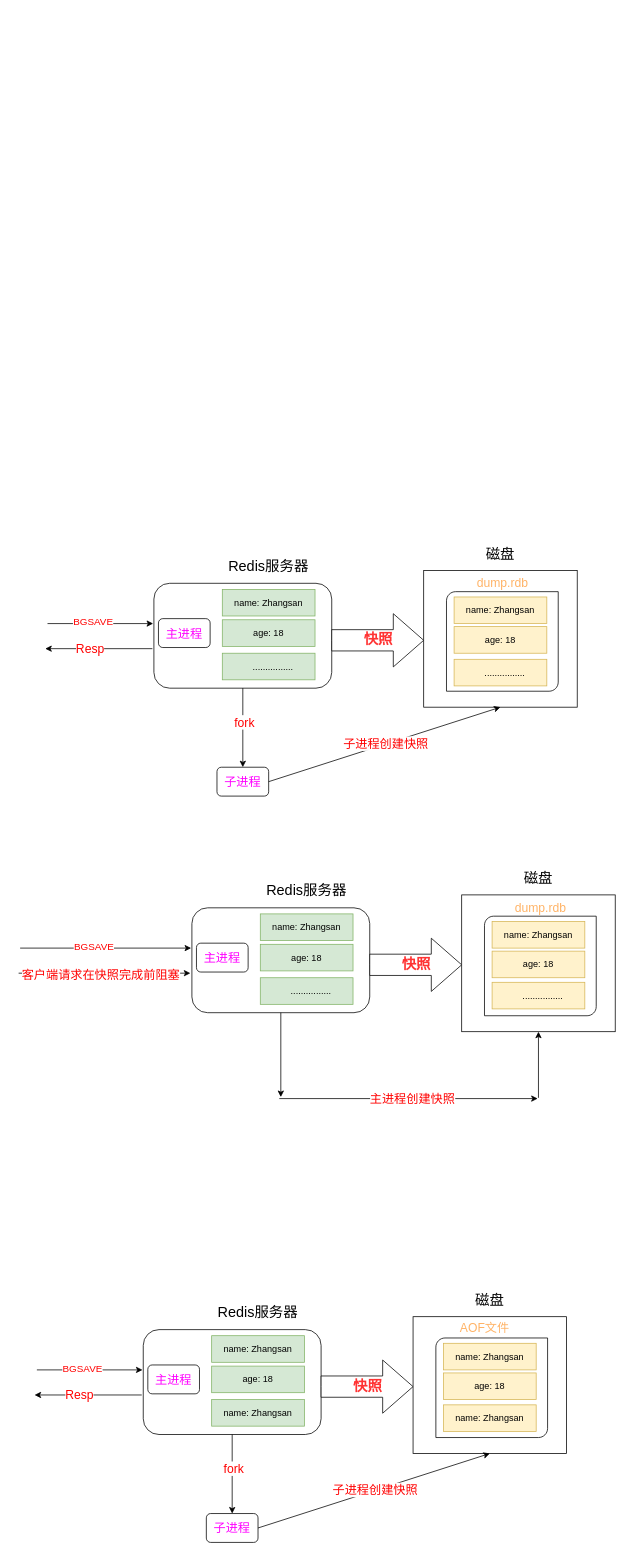
Before: images/Redis 基础/Redis.drawio in JianmingS/JianmingS.github.io, a draw.io diagram. Source tidied: cells renumbered, new cells numbered last; positions are measured from the earlier drawing's top-left corner, leaving out a move shared by most shapes. Both pictures are drawn from the tidied source at 76%, with x=0, y=0 at pixel (18, 543).
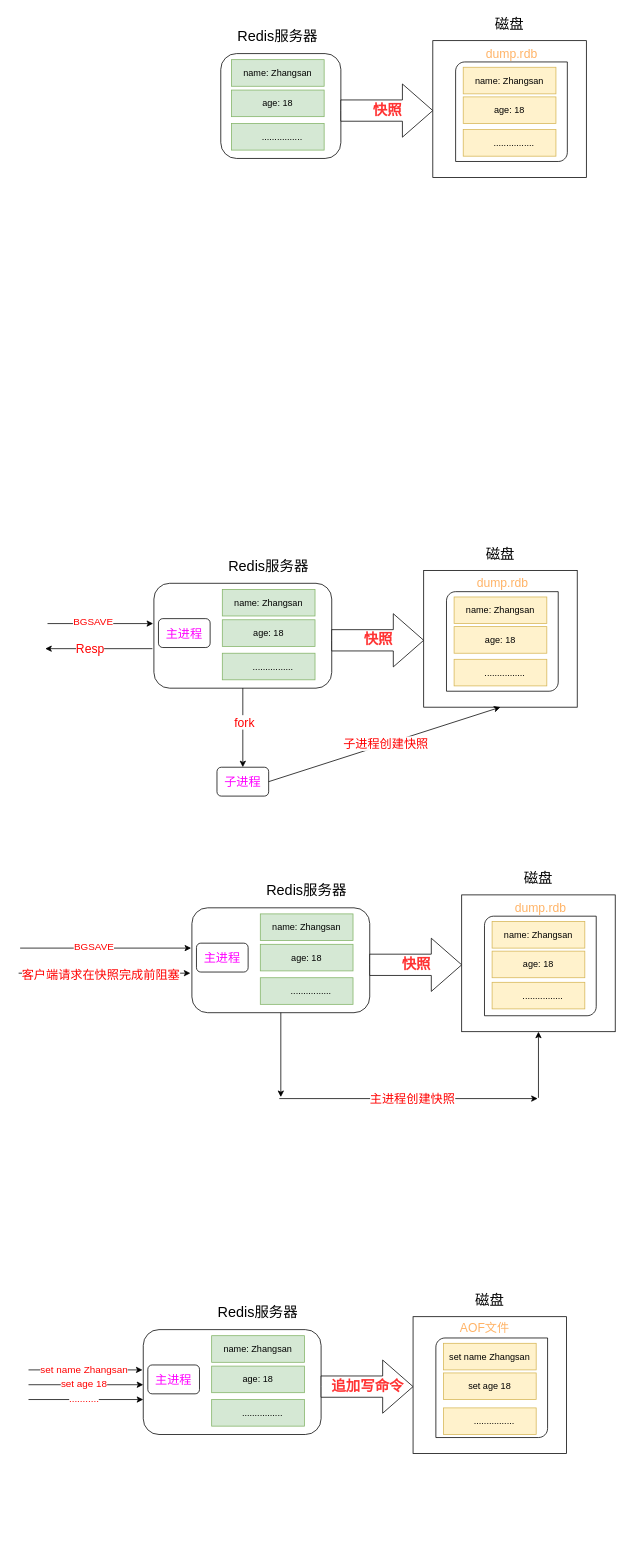
The same page after the edit.

The change refers to these unchanged cells:
```xml
<mxCell id="44" style="rounded=1;whiteSpace=wrap;html=1;" parent="1" vertex="1">
  <mxGeometry x="164" y="1035" width="234" height="138" as="geometry" />
</mxCell>
<mxCell id="48" style="rounded=0;whiteSpace=wrap;html=1;" parent="1" vertex="1">
  <mxGeometry x="519" y="1018" width="202" height="180" as="geometry" />
</mxCell>
```

The edit, as a diff of the source:
```diff
@@
-    <mxCell id="47" value="name: Zhangsan" style="rounded=0;whiteSpace=wrap;html=1;fillColor=#d5e8d4;strokeColor=#82b366;" parent="1" vertex="1">
-      <mxGeometry x="254" y="1127" width="122" height="35" as="geometry" />
-    </mxCell>
@@
-    <mxCell id="50" value="name: Zhangsan" style="rounded=0;whiteSpace=wrap;html=1;fillColor=#fff2cc;strokeColor=#d6b656;" parent="1" vertex="1">
+    <mxCell id="50" value="set name Zhangsan" style="rounded=0;whiteSpace=wrap;html=1;fillColor=#fff2cc;strokeColor=#d6b656;" parent="1" vertex="1">
       <mxGeometry x="559" y="1053" width="122" height="35" as="geometry" />
     </mxCell>
-    <mxCell id="51" value="age: 18" style="rounded=0;whiteSpace=wrap;html=1;fillColor=#fff2cc;strokeColor=#d6b656;" parent="1" vertex="1">
+    <mxCell id="51" value="set age 18" style="rounded=0;whiteSpace=wrap;html=1;fillColor=#fff2cc;strokeColor=#d6b656;" parent="1" vertex="1">
       <mxGeometry x="559" y="1092" width="122" height="35" as="geometry" />
     </mxCell>
-    <mxCell id="52" value="name: Zhangsan" style="rounded=0;whiteSpace=wrap;html=1;fillColor=#fff2cc;strokeColor=#d6b656;" parent="1" vertex="1">
-      <mxGeometry x="559" y="1134" width="122" height="35" as="geometry" />
-    </mxCell>
-    <mxCell id="53" value="&lt;font color=&quot;#ff3333&quot; size=&quot;1&quot;&gt;&lt;b style=&quot;font-size: 19px&quot;&gt;快照&lt;/b&gt;&lt;/font&gt;" style="html=1;shadow=0;dashed=0;align=center;verticalAlign=middle;shape=mxgraph.arrows2.arrow;dy=0.6;dx=40;notch=0;" parent="1" vertex="1">
+    <mxCell id="53" value="&lt;font color=&quot;#ff3333&quot;&gt;&lt;span style=&quot;font-size: 19px&quot;&gt;&lt;b&gt;追加写命令&lt;/b&gt;&lt;/span&gt;&lt;/font&gt;" style="html=1;shadow=0;dashed=0;align=center;verticalAlign=middle;shape=mxgraph.arrows2.arrow;dy=0.6;dx=40;notch=0;" parent="1" vertex="1">
       <mxGeometry x="398" y="1075" width="121" height="70" as="geometry" />
     </mxCell>
@@
     <mxCell id="58" style="endArrow=classic;html=1;rounded=0;fontSize=16;fontColor=#FFB366;" parent="1" edge="1">
       <mxGeometry relative="1" as="geometry">
-        <mxPoint x="24" y="1088" as="sourcePoint" />
+        <mxPoint x="13" y="1088" as="sourcePoint" />
         <mxPoint x="163" y="1088" as="targetPoint" />
       </mxGeometry>
     </mxCell>
-    <mxCell id="59" value="BGSAVE" style="edgeLabel;html=1;align=center;verticalAlign=middle;fontSize=13;fontColor=#FF0000;" parent="58" vertex="1">
-      <mxGeometry x="-0.15" y="3" relative="1" as="geometry" />
+    <mxCell id="59" value="set name Zhangsan" style="edgeLabel;html=1;align=center;verticalAlign=middle;fontSize=13;fontColor=#FF0000;" parent="58" vertex="1">
+      <mxGeometry x="-0.15" y="3" relative="1" as="geometry">
+        <mxPoint x="8" y="1" as="offset" />
+      </mxGeometry>
     </mxCell>
-    <mxCell id="60" style="endArrow=classic;html=1;rounded=0;fontSize=16;fontColor=#FFB366;" parent="1" edge="1">
-      <mxGeometry relative="1" as="geometry">
-        <mxPoint x="162" y="1121" as="sourcePoint" />
-        <mxPoint x="21" y="1121" as="targetPoint" />
-      </mxGeometry>
-    </mxCell>
-    <mxCell id="61" value="&lt;font style=&quot;font-size: 16px&quot;&gt;Resp&lt;/font&gt;" style="edgeLabel;html=1;align=center;verticalAlign=middle;fontSize=13;fontColor=#FF0000;" parent="60" vertex="1">
-      <mxGeometry x="0.18" y="-1" relative="1" as="geometry" />
-    </mxCell>
-    <mxCell id="62" value="子进程" style="rounded=1;whiteSpace=wrap;html=1;fontSize=16;fontColor=#FF00FF;" parent="1" vertex="1">
-      <mxGeometry x="247" y="1277" width="68" height="38" as="geometry" />
-    </mxCell>
-    <mxCell id="63" style="endArrow=classic;html=1;rounded=0;fontSize=13;fontColor=#FF00FF;entryX=0.5;entryY=0;entryDx=0;entryDy=0;exitX=0.5;exitY=1;exitDx=0;exitDy=0;" parent="1" edge="1" source="44" target="62">
-      <mxGeometry relative="1" as="geometry" />
-    </mxCell>
-    <mxCell id="64" value="fork" style="edgeLabel;html=1;align=center;verticalAlign=middle;fontSize=16;fontColor=#FF0000;" parent="63" vertex="1">
-      <mxGeometry x="-0.15" y="1" relative="1" as="geometry" />
-    </mxCell>
-    <mxCell id="65" style="endArrow=classic;html=1;rounded=0;fontSize=16;fontColor=#FF0000;exitX=1;exitY=0.5;exitDx=0;exitDy=0;entryX=0.5;entryY=1;entryDx=0;entryDy=0;" parent="1" edge="1" source="62" target="48">
-      <mxGeometry relative="1" as="geometry" />
-    </mxCell>
-    <mxCell id="66" value="子进程创建快照" style="edgeLabel;html=1;align=center;verticalAlign=middle;fontSize=16;fontColor=#FF0000;" parent="65" vertex="1">
-      <mxGeometry x="0.01" y="1" relative="1" as="geometry" />
-    </mxCell>
@@
+    <mxCell id="70" style="rounded=1;whiteSpace=wrap;html=1;" parent="1" vertex="1">
+      <mxGeometry x="266" y="-644" width="158" height="138" as="geometry" />
+    </mxCell>
+    <mxCell id="47" value="name: Zhangsan" style="rounded=0;whiteSpace=wrap;html=1;fillColor=#d5e8d4;strokeColor=#82b366;" parent="1" vertex="1">
+      <mxGeometry x="280" y="-636" width="122" height="35" as="geometry" />
+    </mxCell>
+    <mxCell id="71" value="age: 18" style="rounded=0;whiteSpace=wrap;html=1;fillColor=#d5e8d4;strokeColor=#82b366;" parent="1" vertex="1">
+      <mxGeometry x="280" y="-596" width="122" height="35" as="geometry" />
+    </mxCell>
+    <mxCell id="72" value="　................" style="rounded=0;whiteSpace=wrap;html=1;fillColor=#d5e8d4;strokeColor=#82b366;align=center;" parent="1" vertex="1">
+      <mxGeometry x="280" y="-552" width="122" height="35" as="geometry" />
+    </mxCell>
+    <mxCell id="73" style="rounded=0;whiteSpace=wrap;html=1;" parent="1" vertex="1">
+      <mxGeometry x="545" y="-661" width="202" height="180" as="geometry" />
+    </mxCell>
+    <mxCell id="74" style="verticalLabelPosition=bottom;verticalAlign=top;html=1;shape=mxgraph.basic.diag_round_rect;dx=6;" parent="1" vertex="1">
+      <mxGeometry x="575" y="-633" width="147" height="131" as="geometry" />
+    </mxCell>
+    <mxCell id="52" value="name: Zhangsan" style="rounded=0;whiteSpace=wrap;html=1;fillColor=#fff2cc;strokeColor=#d6b656;" parent="1" vertex="1">
+      <mxGeometry x="585" y="-626" width="122" height="35" as="geometry" />
+    </mxCell>
+    <mxCell id="75" value="age: 18" style="rounded=0;whiteSpace=wrap;html=1;fillColor=#fff2cc;strokeColor=#d6b656;" parent="1" vertex="1">
+      <mxGeometry x="585" y="-587" width="122" height="35" as="geometry" />
+    </mxCell>
+    <mxCell id="76" value="&lt;font color=&quot;#ff3333&quot; size=&quot;1&quot;&gt;&lt;b style=&quot;font-size: 19px&quot;&gt;快照&lt;/b&gt;&lt;/font&gt;" style="html=1;shadow=0;dashed=0;align=center;verticalAlign=middle;shape=mxgraph.arrows2.arrow;dy=0.6;dx=40;notch=0;" parent="1" vertex="1">
+      <mxGeometry x="424" y="-604" width="121" height="70" as="geometry" />
+    </mxCell>
+    <mxCell id="77" value="Redis服务器" style="text;html=1;strokeColor=none;fillColor=none;align=center;verticalAlign=middle;whiteSpace=wrap;rounded=0;fontSize=19;fontColor=#000000;" parent="1" vertex="1">
+      <mxGeometry x="284" y="-681" width="114" height="30" as="geometry" />
+    </mxCell>
+    <mxCell id="78" value="磁盘" style="text;html=1;strokeColor=none;fillColor=none;align=center;verticalAlign=middle;whiteSpace=wrap;rounded=0;fontSize=19;fontColor=#000000;" parent="1" vertex="1">
+      <mxGeometry x="589" y="-697" width="114" height="30" as="geometry" />
+    </mxCell>
+    <mxCell id="79" value="dump.rdb" style="text;html=1;strokeColor=none;fillColor=none;align=center;verticalAlign=middle;whiteSpace=wrap;rounded=0;fontSize=16;fontColor=#FFB366;" parent="1" vertex="1">
+      <mxGeometry x="618.5" y="-659" width="60" height="30" as="geometry" />
+    </mxCell>
+    <mxCell id="80" value="　................" style="rounded=0;whiteSpace=wrap;html=1;fillColor=#fff2cc;strokeColor=#d6b656;align=center;" parent="1" vertex="1">
+      <mxGeometry x="585" y="-544" width="122" height="35" as="geometry" />
+    </mxCell>
+    <mxCell id="81" value="　................" style="rounded=0;whiteSpace=wrap;html=1;fillColor=#d5e8d4;strokeColor=#82b366;align=center;" parent="1" vertex="1">
+      <mxGeometry x="254" y="1127" width="122" height="35" as="geometry" />
+    </mxCell>
+    <mxCell id="82" value="　................" style="rounded=0;whiteSpace=wrap;html=1;fillColor=#fff2cc;strokeColor=#d6b656;align=center;" parent="1" vertex="1">
+      <mxGeometry x="559" y="1138" width="122" height="35" as="geometry" />
+    </mxCell>
+    <mxCell id="83" style="endArrow=classic;html=1;rounded=0;fontSize=16;fontColor=#FFB366;" parent="1" edge="1">
+      <mxGeometry relative="1" as="geometry">
+        <mxPoint x="13" y="1107.5" as="sourcePoint" />
+        <mxPoint x="164" y="1107.5" as="targetPoint" />
+      </mxGeometry>
+    </mxCell>
+    <mxCell id="84" value="set age 18" style="edgeLabel;html=1;align=center;verticalAlign=middle;fontSize=13;fontColor=#FF0000;" parent="83" vertex="1">
+      <mxGeometry x="-0.15" y="3" relative="1" as="geometry">
+        <mxPoint x="8" y="1" as="offset" />
+      </mxGeometry>
+    </mxCell>
+    <mxCell id="85" style="endArrow=classic;html=1;rounded=0;fontSize=16;fontColor=#FFB366;" parent="1" edge="1">
+      <mxGeometry relative="1" as="geometry">
+        <mxPoint x="13" y="1127" as="sourcePoint" />
+        <mxPoint x="164" y="1127" as="targetPoint" />
+      </mxGeometry>
+    </mxCell>
+    <mxCell id="86" value="..........." style="edgeLabel;html=1;align=center;verticalAlign=middle;fontSize=13;fontColor=#FF0000;" parent="85" vertex="1">
+      <mxGeometry x="-0.15" y="3" relative="1" as="geometry">
+        <mxPoint x="8" y="1" as="offset" />
+      </mxGeometry>
+    </mxCell>
```
